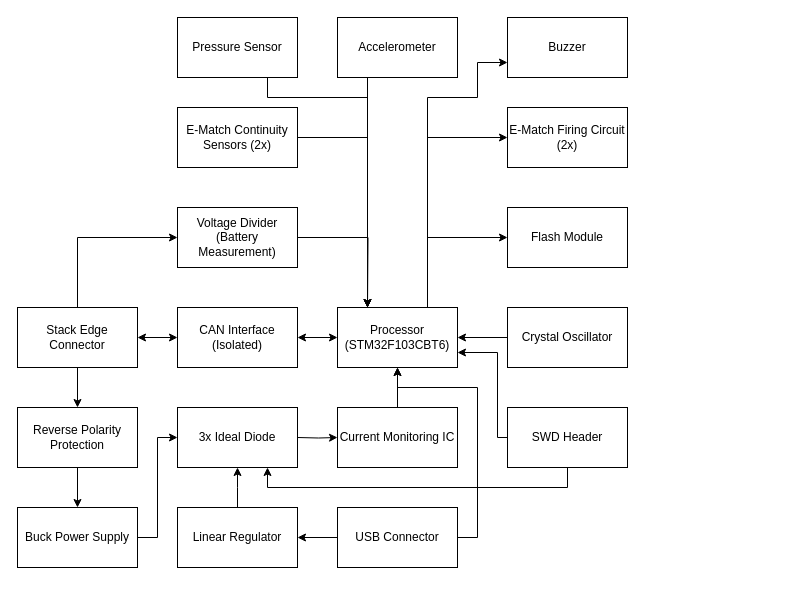
This is Diagrams/Altimeter_Module_Diagram.drawio from Queens-Rocket-Engineering-Team/Avionics-23-25, a draw.io file, before an edit. Source tidied: cells renumbered, new cells numbered last; positions are measured from the earlier drawing's top-left corner, leaving out a move shared by most shapes. Both pictures are drawn from the tidied source at 100%, with x=0, y=0 at pixel (17, 17).
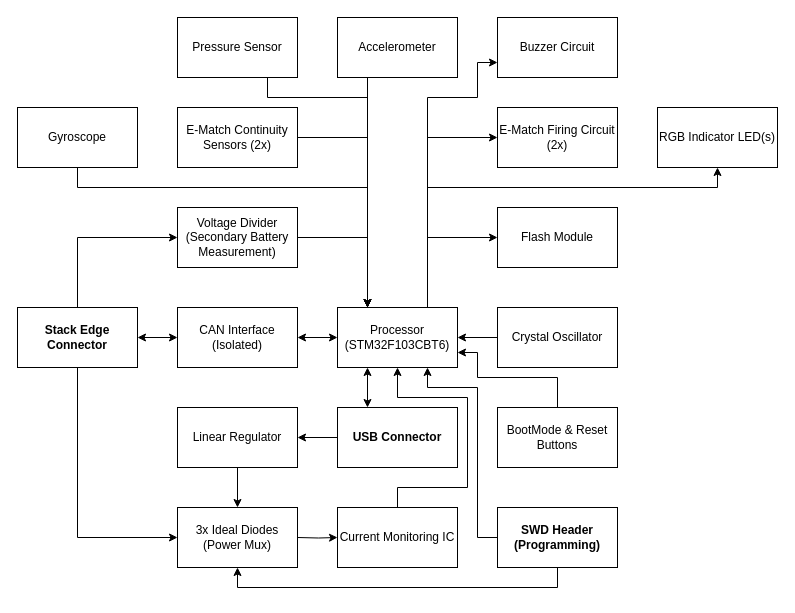
Above is the later version.

Unchanged cells that the change refers to:
```xml
<mxCell id="9" value="Processor&lt;br&gt;(STM32F103CBT6)" style="whiteSpace=wrap;html=1;" parent="1" vertex="1">
  <mxGeometry x="320" y="290" width="120" height="60" as="geometry" />
</mxCell>
```

What changed in the source:
```diff
@@
-    <mxCell id="4" style="edgeStyle=orthogonalEdgeStyle;rounded=0;jettySize=auto;html=1;" parent="1" edge="1" source="5" target="31">
-      <mxGeometry relative="1" as="geometry" />
-    </mxCell>
-    <mxCell id="5" value="&lt;div&gt;Stack Edge Connector&lt;/div&gt;" style="whiteSpace=wrap;html=1;" parent="1" vertex="1">
+    <mxCell id="5" value="&lt;div&gt;Stack Edge Connector&lt;/div&gt;" style="whiteSpace=wrap;html=1;fontStyle=1;" parent="1" vertex="1">
       <mxGeometry y="290" width="120" height="60" as="geometry" />
     </mxCell>
@@
+    <mxCell id="41" style="edgeStyle=orthogonalEdgeStyle;rounded=0;jettySize=auto;html=1;exitX=0.75;exitY=0;exitDx=0;exitDy=0;entryX=0.5;entryY=1;entryDx=0;entryDy=0;" parent="1" edge="1" source="9" target="52">
+      <mxGeometry relative="1" as="geometry">
+        <Array as="points">
+          <mxPoint x="410" y="170" />
+          <mxPoint x="700" y="170" />
+        </Array>
+      </mxGeometry>
+    </mxCell>
@@
-    <mxCell id="12" style="edgeStyle=orthogonalEdgeStyle;rounded=0;jettySize=auto;html=1;" parent="1" edge="1" source="13">
-      <mxGeometry relative="1" as="geometry">
-        <mxPoint x="160" y="420" as="targetPoint" />
-        <Array as="points">
-          <mxPoint x="140" y="520" />
-          <mxPoint x="140" y="420" />
-        </Array>
-      </mxGeometry>
-    </mxCell>
-    <mxCell id="13" value="Buck Power Supply" style="whiteSpace=wrap;html=1;" parent="1" vertex="1">
-      <mxGeometry y="490" width="120" height="60" as="geometry" />
-    </mxCell>
-    <mxCell id="14" style="edgeStyle=orthogonalEdgeStyle;rounded=0;jettySize=auto;html=1;" parent="1" edge="1" source="15" target="9">
-      <mxGeometry relative="1" as="geometry" />
-    </mxCell>
-    <mxCell id="15" value="&lt;div&gt;Current Monitoring IC&lt;br&gt;&lt;/div&gt;" style="whiteSpace=wrap;html=1;" parent="1" vertex="1">
-      <mxGeometry x="320" y="390" width="120" height="60" as="geometry" />
-    </mxCell>
-    <mxCell id="16" style="edgeStyle=orthogonalEdgeStyle;rounded=0;jettySize=auto;html=1;" parent="1" edge="1" target="15">
-      <mxGeometry relative="1" as="geometry">
-        <mxPoint x="280" y="420" as="sourcePoint" />
-      </mxGeometry>
-    </mxCell>
-    <mxCell id="17" style="edgeStyle=orthogonalEdgeStyle;rounded=0;jettySize=auto;html=1;" parent="1" edge="1" source="19" target="9">
-      <mxGeometry relative="1" as="geometry">
-        <Array as="points">
-          <mxPoint x="460" y="520" />
-          <mxPoint x="460" y="370" />
-          <mxPoint x="380" y="370" />
-        </Array>
-      </mxGeometry>
-    </mxCell>
-    <mxCell id="18" style="edgeStyle=orthogonalEdgeStyle;rounded=0;jettySize=auto;html=1;" parent="1" edge="1" source="19" target="26">
-      <mxGeometry relative="1" as="geometry" />
-    </mxCell>
-    <mxCell id="19" value="USB Connector" style="whiteSpace=wrap;html=1;" parent="1" vertex="1">
-      <mxGeometry x="320" y="490" width="120" height="60" as="geometry" />
-    </mxCell>
-    <mxCell id="20" style="edgeStyle=orthogonalEdgeStyle;rounded=0;jettySize=auto;html=1;entryX=0.75;entryY=1;entryDx=0;entryDy=0;" parent="1" edge="1" source="22" target="29">
-      <mxGeometry relative="1" as="geometry">
-        <Array as="points">
-          <mxPoint x="550" y="470" />
-          <mxPoint x="250" y="470" />
-        </Array>
-      </mxGeometry>
-    </mxCell>
-    <mxCell id="21" style="edgeStyle=orthogonalEdgeStyle;rounded=0;jettySize=auto;html=1;entryX=1;entryY=0.75;entryDx=0;entryDy=0;" parent="1" edge="1" source="22" target="9">
-      <mxGeometry relative="1" as="geometry">
-        <Array as="points">
-          <mxPoint x="480" y="420" />
-          <mxPoint x="480" y="335" />
-        </Array>
-      </mxGeometry>
-    </mxCell>
-    <mxCell id="22" value="&lt;div&gt;SWD Header&lt;/div&gt;" style="whiteSpace=wrap;html=1;" parent="1" vertex="1">
-      <mxGeometry x="490" y="390" width="120" height="60" as="geometry" />
-    </mxCell>
@@
     <mxCell id="24" value="Crystal Oscillator" style="whiteSpace=wrap;html=1;" parent="1" vertex="1">
-      <mxGeometry x="490" y="290" width="120" height="60" as="geometry" />
+      <mxGeometry x="480" y="290" width="120" height="60" as="geometry" />
     </mxCell>
-    <mxCell id="25" style="edgeStyle=orthogonalEdgeStyle;rounded=0;jettySize=auto;html=1;" parent="1" edge="1" source="26">
-      <mxGeometry relative="1" as="geometry">
-        <mxPoint x="220" y="450" as="targetPoint" />
-      </mxGeometry>
-    </mxCell>
-    <mxCell id="26" value="Linear Regulator" style="whiteSpace=wrap;html=1;" parent="1" vertex="1">
-      <mxGeometry x="160" y="490" width="120" height="60" as="geometry" />
-    </mxCell>
-    <mxCell id="27" style="edgeStyle=orthogonalEdgeStyle;rounded=0;jettySize=auto;html=1;" parent="1" edge="1" source="28">
-      <mxGeometry relative="1" as="geometry">
-        <mxPoint x="350" y="290" as="targetPoint" />
-      </mxGeometry>
-    </mxCell>
+    <mxCell id="42" style="edgeStyle=orthogonalEdgeStyle;rounded=0;jettySize=auto;html=1;exitX=1;exitY=0.5;exitDx=0;exitDy=0;entryX=0.25;entryY=0;entryDx=0;entryDy=0;" parent="1" edge="1" source="28" target="9">
+      <mxGeometry relative="1" as="geometry" />
+    </mxCell>
-    <mxCell id="28" value="&lt;div&gt;Voltage Divider (Battery Measurement)&lt;br&gt;&lt;/div&gt;" style="whiteSpace=wrap;html=1;" parent="1" vertex="1">
+    <mxCell id="28" value="&lt;div&gt;Voltage Divider (Secondary Battery Measurement)&lt;br&gt;&lt;/div&gt;" style="whiteSpace=wrap;html=1;" parent="1" vertex="1">
       <mxGeometry x="160" y="190" width="120" height="60" as="geometry" />
     </mxCell>
-    <mxCell id="29" value="3x Ideal Diode" style="whiteSpace=wrap;html=1;" parent="1" vertex="1">
-      <mxGeometry x="160" y="390" width="120" height="60" as="geometry" />
-    </mxCell>
-    <mxCell id="30" style="edgeStyle=orthogonalEdgeStyle;rounded=0;jettySize=auto;html=1;" parent="1" edge="1" source="31" target="13">
-      <mxGeometry relative="1" as="geometry" />
-    </mxCell>
-    <mxCell id="31" value="Reverse Polarity Protection" style="whiteSpace=wrap;html=1;" parent="1" vertex="1">
-      <mxGeometry y="390" width="120" height="60" as="geometry" />
-    </mxCell>
     <mxCell id="32" value="Flash Module" style="whiteSpace=wrap;html=1;" parent="1" vertex="1">
-      <mxGeometry x="490" y="190" width="120" height="60" as="geometry" />
+      <mxGeometry x="480" y="190" width="120" height="60" as="geometry" />
     </mxCell>
-    <mxCell id="33" value="Buzzer" style="whiteSpace=wrap;html=1;" parent="1" vertex="1">
-      <mxGeometry x="490" width="120" height="60" as="geometry" />
+    <mxCell id="33" value="Buzzer Circuit" style="whiteSpace=wrap;html=1;" parent="1" vertex="1">
+      <mxGeometry x="480" width="120" height="60" as="geometry" />
     </mxCell>
@@
     <mxCell id="38" value="E-Match Firing Circuit (2x)" style="whiteSpace=wrap;html=1;" parent="1" vertex="1">
-      <mxGeometry x="490" y="90" width="120" height="60" as="geometry" />
+      <mxGeometry x="480" y="90" width="120" height="60" as="geometry" />
     </mxCell>
@@
+    <mxCell id="43" style="edgeStyle=orthogonalEdgeStyle;rounded=0;jettySize=auto;html=1;entryX=0;entryY=0.5;entryDx=0;entryDy=0;exitX=0.5;exitY=1;exitDx=0;exitDy=0;" parent="1" edge="1" source="5" target="49">
+      <mxGeometry relative="1" as="geometry">
+        <Array as="points">
+          <mxPoint x="60" y="520" />
+        </Array>
+      </mxGeometry>
+    </mxCell>
+    <mxCell id="14" style="edgeStyle=orthogonalEdgeStyle;rounded=0;jettySize=auto;html=1;exitX=0.5;exitY=0;exitDx=0;exitDy=0;entryX=0.5;entryY=1;entryDx=0;entryDy=0;" parent="1" edge="1" source="15" target="9">
+      <mxGeometry relative="1" as="geometry">
+        <Array as="points">
+          <mxPoint x="380" y="470" />
+          <mxPoint x="450" y="470" />
+          <mxPoint x="450" y="380" />
+          <mxPoint x="380" y="380" />
+        </Array>
+      </mxGeometry>
+    </mxCell>
+    <mxCell id="15" value="&lt;div&gt;Current Monitoring IC&lt;br&gt;&lt;/div&gt;" style="whiteSpace=wrap;html=1;" parent="1" vertex="1">
+      <mxGeometry x="320" y="490" width="120" height="60" as="geometry" />
+    </mxCell>
+    <mxCell id="44" style="edgeStyle=orthogonalEdgeStyle;rounded=0;jettySize=auto;html=1;" parent="1" edge="1" target="15">
+      <mxGeometry relative="1" as="geometry">
+        <mxPoint x="280" y="520" as="sourcePoint" />
+      </mxGeometry>
+    </mxCell>
+    <mxCell id="18" style="edgeStyle=orthogonalEdgeStyle;rounded=0;jettySize=auto;html=1;" parent="1" edge="1" source="19" target="26">
+      <mxGeometry relative="1" as="geometry" />
+    </mxCell>
+    <mxCell id="17" style="edgeStyle=orthogonalEdgeStyle;rounded=0;jettySize=auto;html=1;exitX=0.25;exitY=0;exitDx=0;exitDy=0;entryX=0.25;entryY=1;entryDx=0;entryDy=0;startArrow=classic;startFill=1;" parent="1" edge="1" source="19" target="9">
+      <mxGeometry relative="1" as="geometry" />
+    </mxCell>
+    <mxCell id="19" value="USB Connector" style="whiteSpace=wrap;html=1;fontStyle=1;" parent="1" vertex="1">
+      <mxGeometry x="320" y="390" width="120" height="60" as="geometry" />
+    </mxCell>
+    <mxCell id="45" style="edgeStyle=orthogonalEdgeStyle;rounded=0;jettySize=auto;html=1;entryX=0.75;entryY=1;entryDx=0;entryDy=0;" parent="1" edge="1" source="47">
+      <mxGeometry relative="1" as="geometry">
+        <mxPoint x="410" y="350" as="targetPoint" />
+        <Array as="points">
+          <mxPoint x="460" y="520" />
+          <mxPoint x="460" y="370" />
+          <mxPoint x="410" y="370" />
+        </Array>
+      </mxGeometry>
+    </mxCell>
+    <mxCell id="46" style="edgeStyle=orthogonalEdgeStyle;rounded=0;jettySize=auto;html=1;entryX=0.5;entryY=1;entryDx=0;entryDy=0;" parent="1" edge="1" source="47" target="49">
+      <mxGeometry relative="1" as="geometry">
+        <Array as="points">
+          <mxPoint x="540" y="570" />
+          <mxPoint x="220" y="570" />
+        </Array>
+      </mxGeometry>
+    </mxCell>
+    <mxCell id="47" value="&lt;div&gt;SWD Header&lt;/div&gt;&lt;div&gt;(Programming)&lt;/div&gt;" style="whiteSpace=wrap;html=1;fontStyle=1;" parent="1" vertex="1">
+      <mxGeometry x="480" y="490" width="120" height="60" as="geometry" />
+    </mxCell>
+    <mxCell id="48" style="edgeStyle=orthogonalEdgeStyle;rounded=0;jettySize=auto;html=1;" parent="1" edge="1" source="26" target="49">
+      <mxGeometry relative="1" as="geometry" />
+    </mxCell>
+    <mxCell id="26" value="Linear Regulator" style="whiteSpace=wrap;html=1;" parent="1" vertex="1">
+      <mxGeometry x="160" y="390" width="120" height="60" as="geometry" />
+    </mxCell>
+    <mxCell id="49" value="&lt;div&gt;3x Ideal Diodes&lt;/div&gt;&lt;div&gt;(Power Mux)&lt;/div&gt;" style="whiteSpace=wrap;html=1;" parent="1" vertex="1">
+      <mxGeometry x="160" y="490" width="120" height="60" as="geometry" />
+    </mxCell>
+    <mxCell id="50" style="edgeStyle=orthogonalEdgeStyle;rounded=0;jettySize=auto;html=1;exitX=0.5;exitY=0;exitDx=0;exitDy=0;entryX=1;entryY=0.75;entryDx=0;entryDy=0;" parent="1" edge="1" source="51" target="9">
+      <mxGeometry relative="1" as="geometry">
+        <Array as="points">
+          <mxPoint x="540" y="360" />
+          <mxPoint x="460" y="360" />
+          <mxPoint x="460" y="335" />
+        </Array>
+      </mxGeometry>
+    </mxCell>
+    <mxCell id="51" value="&lt;div&gt;BootMode &amp;amp; Reset&lt;/div&gt;&lt;div&gt;Buttons&lt;br&gt;&lt;/div&gt;" style="whiteSpace=wrap;html=1;" parent="1" vertex="1">
+      <mxGeometry x="480" y="390" width="120" height="60" as="geometry" />
+    </mxCell>
+    <mxCell id="52" value="RGB Indicator LED(s)" style="whiteSpace=wrap;html=1;" parent="1" vertex="1">
+      <mxGeometry x="640" y="90" width="120" height="60" as="geometry" />
+    </mxCell>
+    <mxCell id="53" style="edgeStyle=orthogonalEdgeStyle;rounded=0;jettySize=auto;html=1;entryX=0.25;entryY=0;entryDx=0;entryDy=0;" parent="1" edge="1" source="54" target="9">
+      <mxGeometry relative="1" as="geometry">
+        <Array as="points">
+          <mxPoint x="60" y="170" />
+          <mxPoint x="350" y="170" />
+        </Array>
+      </mxGeometry>
+    </mxCell>
+    <mxCell id="54" value="Gyroscope" style="whiteSpace=wrap;html=1;" parent="1" vertex="1">
+      <mxGeometry y="90" width="120" height="60" as="geometry" />
+    </mxCell>
```
